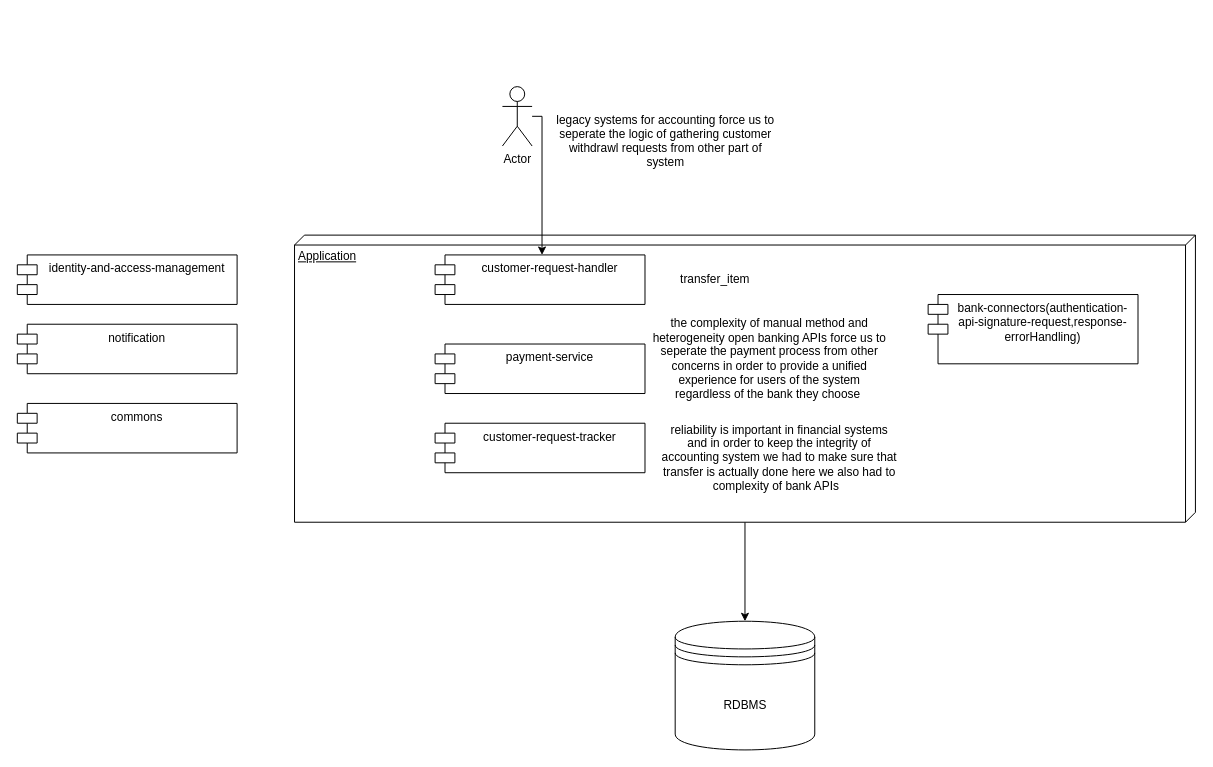
The draw.io diagram image/Untitled Diagram.drawio in shakerdonyavi/wallet, before the edit. Source tidied: cells renumbered, new cells numbered last; positions are measured from the earlier drawing's top-left corner, leaving out a move shared by most shapes. Both pictures are drawn from the tidied source at 99%, with x=0, y=0 at pixel (17, 86). Pictures stored in the file or linked from it are replaced by grey dashed boxes.
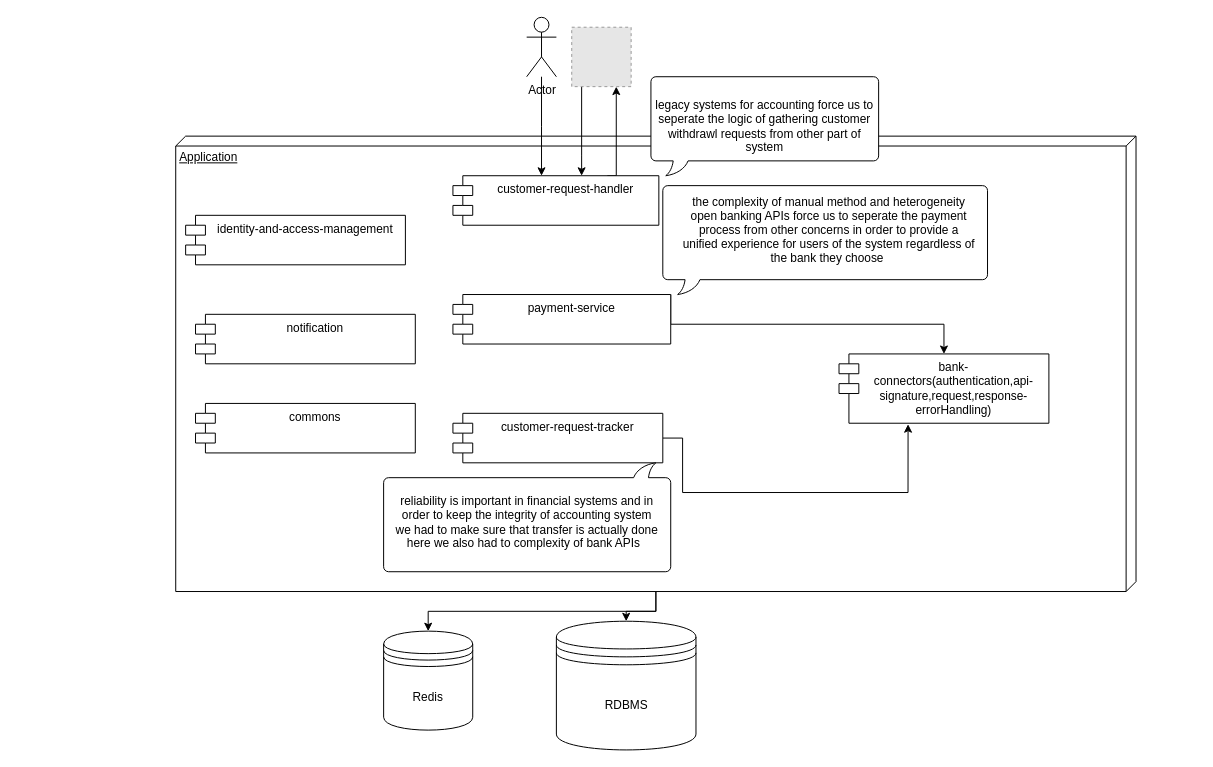
After the change.

Diff of the diagram source:
```diff
@@
+    <mxCell id="18" style="edgeStyle=orthogonalEdgeStyle;rounded=0;jettySize=auto;html=1;entryX=0.5;entryY=0;entryDx=0;entryDy=0;" parent="1" edge="1" source="3" target="24">
+      <mxGeometry relative="1" as="geometry" />
+    </mxCell>
     <mxCell id="3" value="Application" style="verticalAlign=top;align=left;spacingTop=8;spacingLeft=2;spacingRight=12;shape=cube;size=10;direction=south;fontStyle=4;html=1;whiteSpace=wrap;" parent="1" vertex="1">
-      <mxGeometry x="280" y="150" width="910" height="290" as="geometry" />
+      <mxGeometry x="160" y="50" width="970" height="460" as="geometry" />
     </mxCell>
+    <mxCell id="19" style="edgeStyle=orthogonalEdgeStyle;rounded=0;jettySize=auto;html=1;exitX=1;exitY=0.5;exitDx=0;exitDy=0;entryX=0.329;entryY=1.015;entryDx=0;entryDy=0;entryPerimeter=0;" parent="1" edge="1" source="4" target="10">
+      <mxGeometry relative="1" as="geometry">
+        <Array as="points">
+          <mxPoint x="672" y="355" />
+          <mxPoint x="672" y="410" />
+          <mxPoint x="900" y="410" />
+        </Array>
+      </mxGeometry>
+    </mxCell>
     <mxCell id="4" value="customer-request-tracker" style="shape=module;align=left;spacingLeft=20;align=center;verticalAlign=top;whiteSpace=wrap;html=1;" parent="1" vertex="1">
-      <mxGeometry x="422" y="340" width="212" height="50" as="geometry" />
+      <mxGeometry x="440" y="330" width="212" height="50" as="geometry" />
     </mxCell>
     <mxCell id="5" value="identity-and-access-management&lt;br&gt;" style="shape=module;align=left;spacingLeft=20;align=center;verticalAlign=top;whiteSpace=wrap;html=1;" parent="1" vertex="1">
-      <mxGeometry y="170" width="222" height="50" as="geometry" />
+      <mxGeometry x="170" y="130" width="222" height="50" as="geometry" />
     </mxCell>
     <mxCell id="6" value="commons" style="shape=module;align=left;spacingLeft=20;align=center;verticalAlign=top;whiteSpace=wrap;html=1;" parent="1" vertex="1">
-      <mxGeometry y="320" width="222" height="50" as="geometry" />
+      <mxGeometry x="180" y="320" width="222" height="50" as="geometry" />
     </mxCell>
     <mxCell id="7" value="notification&lt;br&gt;" style="shape=module;align=left;spacingLeft=20;align=center;verticalAlign=top;whiteSpace=wrap;html=1;" parent="1" vertex="1">
-      <mxGeometry y="240" width="222" height="50" as="geometry" />
+      <mxGeometry x="180" y="230" width="222" height="50" as="geometry" />
     </mxCell>
     <mxCell id="8" value="RDBMS" style="shape=datastore;whiteSpace=wrap;html=1;" parent="1" vertex="1">
-      <mxGeometry x="664.5" y="540" width="141" height="130" as="geometry" />
+      <mxGeometry x="544.5" y="540" width="141" height="130" as="geometry" />
     </mxCell>
+    <mxCell id="20" style="edgeStyle=orthogonalEdgeStyle;rounded=0;jettySize=auto;html=1;entryX=0.5;entryY=0;entryDx=0;entryDy=0;" parent="1" edge="1" source="26" target="10">
+      <mxGeometry relative="1" as="geometry">
+        <Array as="points">
+          <mxPoint x="660" y="240" />
+          <mxPoint x="936" y="240" />
+        </Array>
+      </mxGeometry>
+    </mxCell>
     <mxCell id="9" value="payment-service&lt;br&gt;" style="shape=module;align=left;spacingLeft=20;align=center;verticalAlign=top;whiteSpace=wrap;html=1;" parent="1" vertex="1">
-      <mxGeometry x="422" y="260" width="212" height="50" as="geometry" />
+      <mxGeometry x="440" y="210" width="220" height="50" as="geometry" />
     </mxCell>
-    <mxCell id="10" value="bank-connectors(authentication-api-signature-request,response-errorHandling)" style="shape=module;align=left;spacingLeft=20;align=center;verticalAlign=top;whiteSpace=wrap;html=1;" parent="1" vertex="1">
-      <mxGeometry x="920" y="210" width="212" height="70" as="geometry" />
+    <mxCell id="10" value="bank-connectors(authentication,api-signature,request,response-errorHandling)" style="shape=module;align=left;spacingLeft=20;align=center;verticalAlign=top;whiteSpace=wrap;html=1;" parent="1" vertex="1">
+      <mxGeometry x="830" y="270" width="212" height="70" as="geometry" />
     </mxCell>
+    <mxCell id="21" style="edgeStyle=orthogonalEdgeStyle;rounded=0;jettySize=auto;html=1;exitX=0.75;exitY=0;exitDx=0;exitDy=0;entryX=0.75;entryY=1;entryDx=0;entryDy=0;" parent="1" edge="1" source="11" target="23">
+      <mxGeometry relative="1" as="geometry">
+        <Array as="points">
+          <mxPoint x="605" y="90" />
+        </Array>
+      </mxGeometry>
+    </mxCell>
     <mxCell id="11" value="customer-request-handler&lt;br&gt;" style="shape=module;align=left;spacingLeft=20;align=center;verticalAlign=top;whiteSpace=wrap;html=1;" parent="1" vertex="1">
-      <mxGeometry x="422" y="170" width="212" height="50" as="geometry" />
+      <mxGeometry x="440" y="90" width="208" height="50" as="geometry" />
     </mxCell>
     <mxCell id="12" style="edgeStyle=orthogonalEdgeStyle;rounded=0;jettySize=auto;html=1;" parent="1" edge="1" source="13" target="11">
       <mxGeometry relative="1" as="geometry">
         <Array as="points">
-          <mxPoint x="530" y="30" />
+          <mxPoint x="530" y="40" />
+          <mxPoint x="530" y="40" />
         </Array>
       </mxGeometry>
     </mxCell>
     <mxCell id="13" value="Actor" style="shape=umlActor;verticalLabelPosition=bottom;verticalAlign=top;html=1;outlineConnect=0;" parent="1" vertex="1">
-      <mxGeometry x="490" width="30" height="60" as="geometry" />
+      <mxGeometry x="514.5" y="-70" width="30" height="60" as="geometry" />
     </mxCell>
+    <mxCell id="22" style="edgeStyle=orthogonalEdgeStyle;rounded=0;jettySize=auto;html=1;" parent="1" edge="1" source="23" target="11">
+      <mxGeometry relative="1" as="geometry">
+        <Array as="points">
+          <mxPoint x="570" y="70" />
+          <mxPoint x="570" y="70" />
+        </Array>
+      </mxGeometry>
+    </mxCell>
+    <mxCell id="23" style="fillColor=#E6E6E6;strokeColor=#999999;dashed=1;verticalLabelPosition=bottom;labelBackgroundColor=default;verticalAlign=top;" parent="1" vertex="1">
+      <mxGeometry x="560" y="-60" width="60" height="60" as="geometry" />
+    </mxCell>
+    <mxCell id="24" value="Redis" style="shape=datastore;whiteSpace=wrap;html=1;" parent="1" vertex="1">
+      <mxGeometry x="370" y="550" width="90" height="100" as="geometry" />
+    </mxCell>
+    <mxCell id="25" style="whiteSpace=wrap;html=1;shape=mxgraph.basic.roundRectCallout;dx=30;dy=15;size=5;boundedLbl=1;" parent="1" vertex="1">
+      <mxGeometry x="640" y="-10" width="230" height="100" as="geometry" />
+    </mxCell>
     <mxCell id="14" value="legacy systems for accounting force us to seperate the logic of gathering customer withdrawl requests from other part of system" style="text;html=1;strokeColor=none;fillColor=none;align=center;verticalAlign=middle;whiteSpace=wrap;rounded=0;" parent="1" vertex="1">
-      <mxGeometry x="540" y="40" width="230" height="30" as="geometry" />
+      <mxGeometry x="640" y="25" width="230" height="30" as="geometry" />
     </mxCell>
-    <mxCell id="15" value="transfer_item" style="text;html=1;strokeColor=none;fillColor=none;align=center;verticalAlign=middle;whiteSpace=wrap;rounded=0;" parent="1" vertex="1">
-      <mxGeometry x="660" y="180" width="90" height="30" as="geometry" />
-    </mxCell>
+    <mxCell id="26" style="whiteSpace=wrap;html=1;shape=mxgraph.basic.roundRectCallout;dx=30;dy=15;size=5;boundedLbl=1;" parent="1" vertex="1">
+      <mxGeometry x="652" y="100" width="328" height="110" as="geometry" />
+    </mxCell>
     <mxCell id="16" value="the complexity of manual method and heterogeneity open banking APIs force us to seperate the payment process from other concerns in order to provide a unified experience for users of the system regardless of the bank they choose&amp;nbsp;" style="text;html=1;strokeColor=none;fillColor=none;align=center;verticalAlign=middle;whiteSpace=wrap;rounded=0;" parent="1" vertex="1">
-      <mxGeometry x="640" y="260" width="240" height="30" as="geometry" />
+      <mxGeometry x="670" y="130" width="300" height="30" as="geometry" />
     </mxCell>
+    <mxCell id="27" style="whiteSpace=wrap;html=1;shape=mxgraph.basic.roundRectCallout;dx=30;dy=15;size=5;boundedLbl=1;rotation=-180;" parent="1" vertex="1">
+      <mxGeometry x="370" y="380" width="290" height="110" as="geometry" />
+    </mxCell>
     <mxCell id="17" value="reliability is important in financial systems and in order to keep the integrity of accounting system we had to make sure that transfer is actually done here we also had to complexity of bank APIs&amp;nbsp;&amp;nbsp;" style="text;html=1;strokeColor=none;fillColor=none;align=center;verticalAlign=middle;whiteSpace=wrap;rounded=0;" parent="1" vertex="1">
-      <mxGeometry x="650" y="340" width="240" height="70" as="geometry" />
+      <mxGeometry x="380" y="400" width="270" height="80" as="geometry" />
     </mxCell>
```
